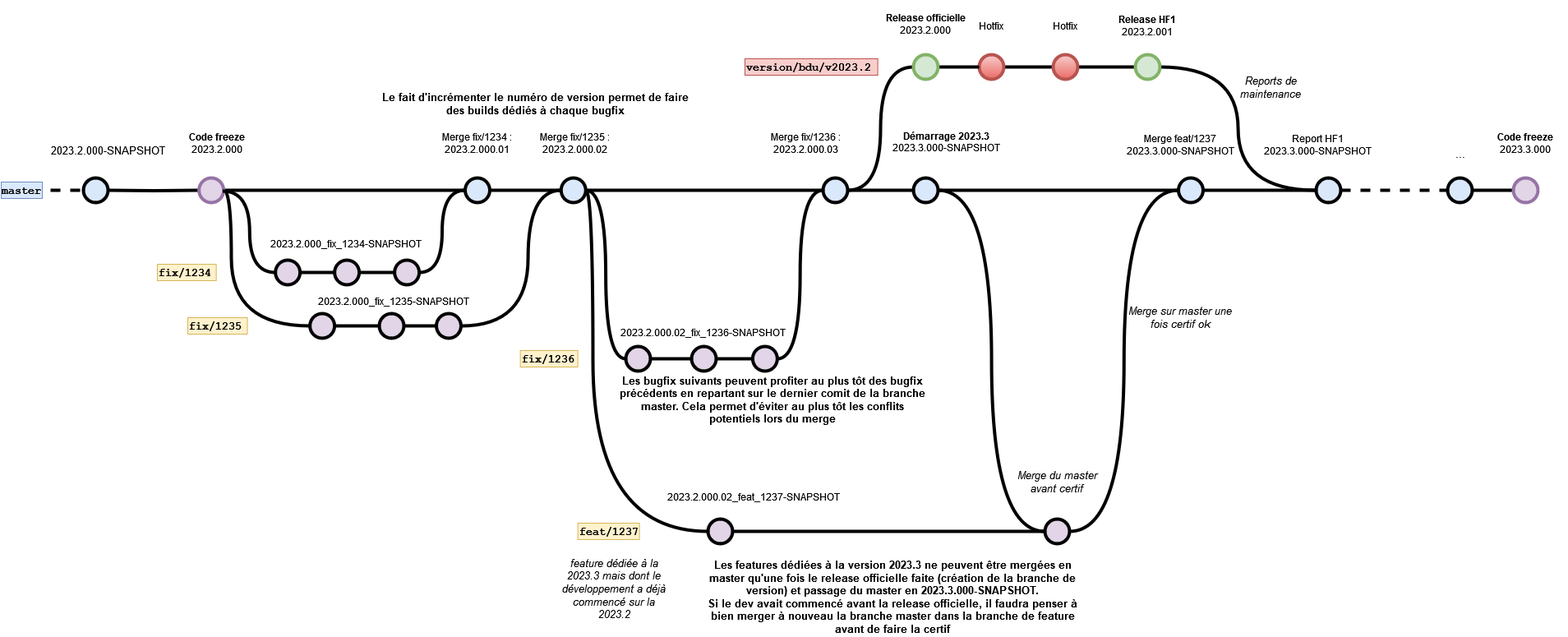
omasseau/drawio keeps this draw.io diagram as proposition-release-git.drawio.png. Above is the earlier version. Source tidied: cells renumbered, new cells last; positions are measured from the earlier drawing's top-left corner, leaving out a move shared by most shapes.
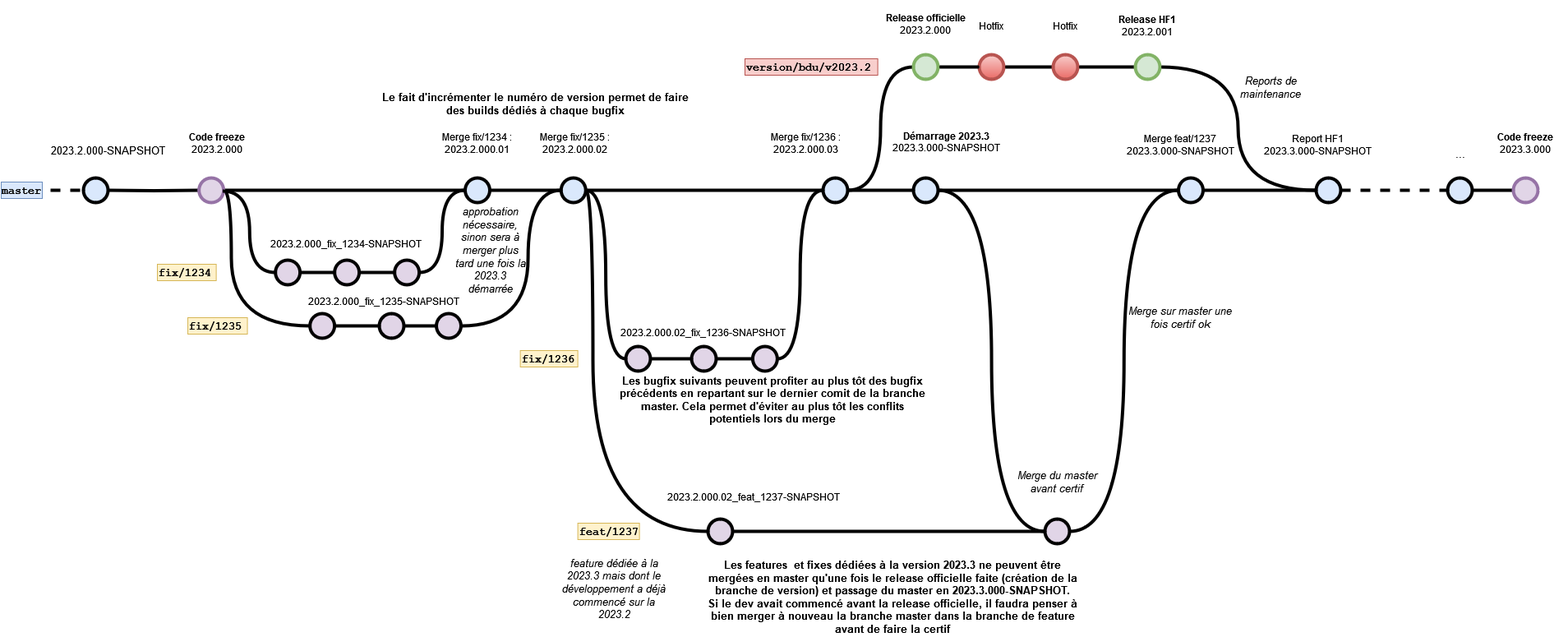
Later version of the same file.

The edit, as a diff of the source:
```diff
@@ -238,14 +238,14 @@
     <mxCell id="74" value="Les bugfix suivants peuvent profiter au plus tôt des bugfix précédents en repartant sur le dernier comit de la branche master. Cela permet d'éviter au plus tôt les conflits potentiels lors du merge" style="text;strokeColor=none;fillColor=none;html=1;align=center;verticalAlign=middle;whiteSpace=wrap;rounded=0;fontSize=13;fontFamily=Helvetica;fontColor=default;fontStyle=1;" parent="1" vertex="1">
       <mxGeometry x="749" y="470" width="379.4" height="30" as="geometry" />
     </mxCell>
-    <mxCell id="75" value="Les features dédiées à la version 2023.3 ne peuvent être mergées en master qu'une fois le release officielle faite (création de la branche de version) et passage du master en 2023.3.000-SNAPSHOT.&lt;br&gt;Si le dev avait commencé avant la release officielle, il faudra penser à bien merger à nouveau la branche master dans la branche de feature avant de faire la certif" style="text;strokeColor=none;fillColor=none;html=1;align=center;verticalAlign=middle;whiteSpace=wrap;rounded=0;fontSize=13;fontFamily=Helvetica;fontColor=default;fontStyle=1;" parent="1" vertex="1">
+    <mxCell id="75" value="Les features&amp;nbsp; et fixes dédiées à la version 2023.3 ne peuvent être mergées en master qu'une fois le release officielle faite (création de la branche de version) et passage du master en 2023.3.000-SNAPSHOT.&lt;br&gt;Si le dev avait commencé avant la release officielle, il faudra penser à bien merger à nouveau la branche master dans la branche de feature avant de faire la certif" style="text;strokeColor=none;fillColor=none;html=1;align=center;verticalAlign=middle;whiteSpace=wrap;rounded=0;fontSize=13;fontFamily=Helvetica;fontColor=default;fontStyle=1;" parent="1" vertex="1">
       <mxGeometry x="850" y="710" width="469.7" height="30" as="geometry" />
     </mxCell>
     <mxCell id="76" value="&lt;div style=&quot;font-size: 12px;&quot;&gt;&amp;nbsp;&lt;br style=&quot;font-size: 12px;&quot;&gt;&lt;/div&gt;&lt;div style=&quot;font-size: 12px;&quot;&gt;2023.2.000_fix_1234-SNAPSHOT&lt;br&gt;&lt;/div&gt;&lt;div style=&quot;font-size: 12px;&quot;&gt;&lt;br style=&quot;font-size: 12px;&quot;&gt;&lt;/div&gt;" style="text;html=1;strokeColor=none;fillColor=none;align=center;verticalAlign=middle;whiteSpace=wrap;overflow=hidden;fontSize=12;" parent="1" vertex="1">
       <mxGeometry x="318.4" y="255" width="204.4" height="80" as="geometry" />
     </mxCell>
     <mxCell id="77" value="&lt;div style=&quot;font-size: 12px;&quot;&gt;&amp;nbsp;&lt;br style=&quot;font-size: 12px;&quot;&gt;&lt;/div&gt;&lt;div style=&quot;font-size: 12px;&quot;&gt;2023.2.000_fix_1235-SNAPSHOT&lt;br&gt;&lt;/div&gt;&lt;div style=&quot;font-size: 12px;&quot;&gt;&lt;br style=&quot;font-size: 12px;&quot;&gt;&lt;/div&gt;" style="text;html=1;strokeColor=none;fillColor=none;align=center;verticalAlign=middle;whiteSpace=wrap;overflow=hidden;fontSize=12;" parent="1" vertex="1">
-      <mxGeometry x="375.6" y="325" width="204.4" height="80" as="geometry" />
+      <mxGeometry x="363.6" y="325" width="204.4" height="80" as="geometry" />
     </mxCell>
     <mxCell id="78" value="&lt;div style=&quot;font-size: 12px;&quot;&gt;&amp;nbsp;&lt;br style=&quot;font-size: 12px;&quot;&gt;&lt;/div&gt;&lt;div style=&quot;font-size: 12px;&quot;&gt;2023.2.000.02_fix_1236-SNAPSHOT&lt;br&gt;&lt;/div&gt;&lt;div style=&quot;font-size: 12px;&quot;&gt;&lt;br style=&quot;font-size: 12px;&quot;&gt;&lt;/div&gt;" style="text;html=1;strokeColor=none;fillColor=none;align=center;verticalAlign=middle;whiteSpace=wrap;overflow=hidden;fontSize=12;" parent="1" vertex="1">
       <mxGeometry x="752.8" y="380" width="204.4" height="40" as="geometry" />
@@ -285,5 +285,8 @@
     <mxCell id="88" style="verticalLabelPosition=bottom;verticalAlign=top;html=1;strokeWidth=4;shape=mxgraph.flowchart.on-page_reference;plain-blue;gradientColor=none;strokeColor=#000000;" parent="1" vertex="1">
       <mxGeometry x="100" y="215" width="30" height="30" as="geometry" />
     </mxCell>
+    <mxCell id="89" value="approbation nécessaire, sinon sera à merger plus tard une fois la 2023.3 démarrée" style="text;strokeColor=none;fillColor=none;html=1;align=center;verticalAlign=middle;whiteSpace=wrap;rounded=0;fontSize=13;fontFamily=Helvetica;fontColor=default;fontStyle=2;" parent="1" vertex="1">
+      <mxGeometry x="550" y="255" width="90.5" height="95" as="geometry" />
+    </mxCell>
   </root>
 </mxGraphModel>
```
